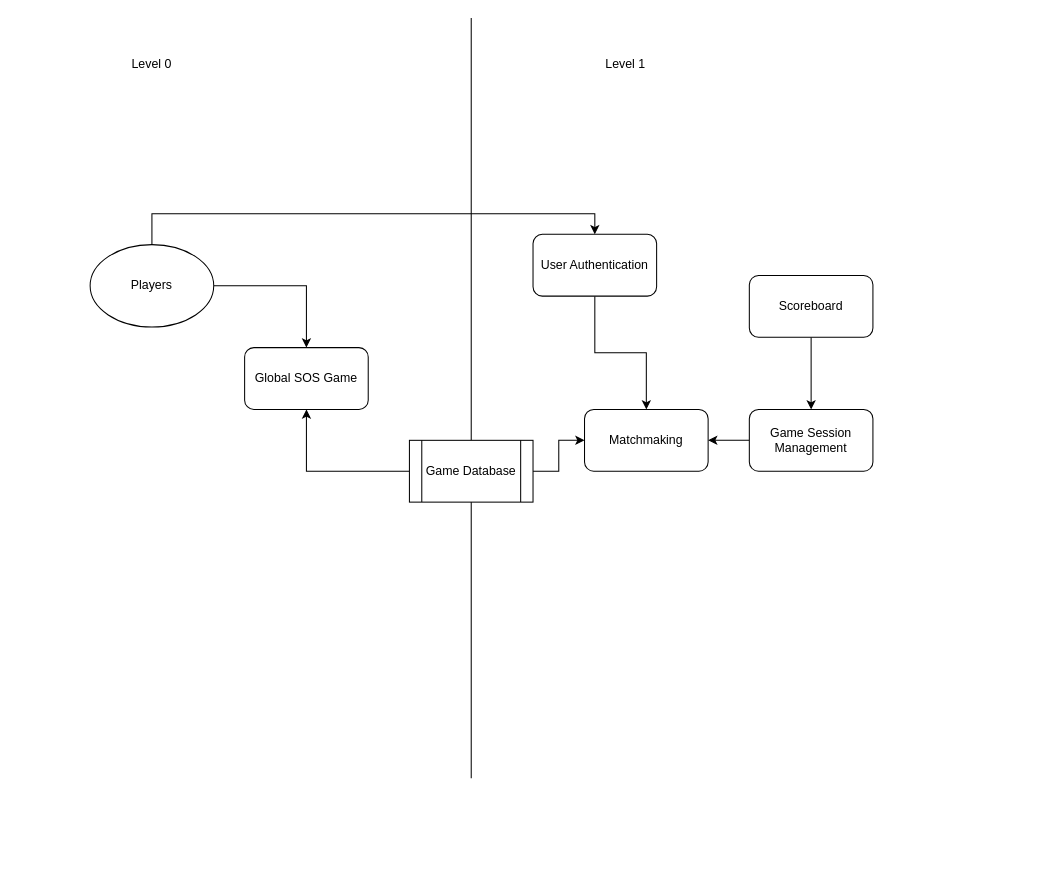
This is Data flow Diagram.drawio from KevZep/Sprint0_KevenZ, a draw.io file, before an edit. Source tidied: cells renumbered, new cells numbered last; positions are measured from the earlier drawing's top-left corner, leaving out a move shared by most shapes. Both pictures are drawn from the tidied source at 103%, with x=0, y=0 at pixel (90, 18).
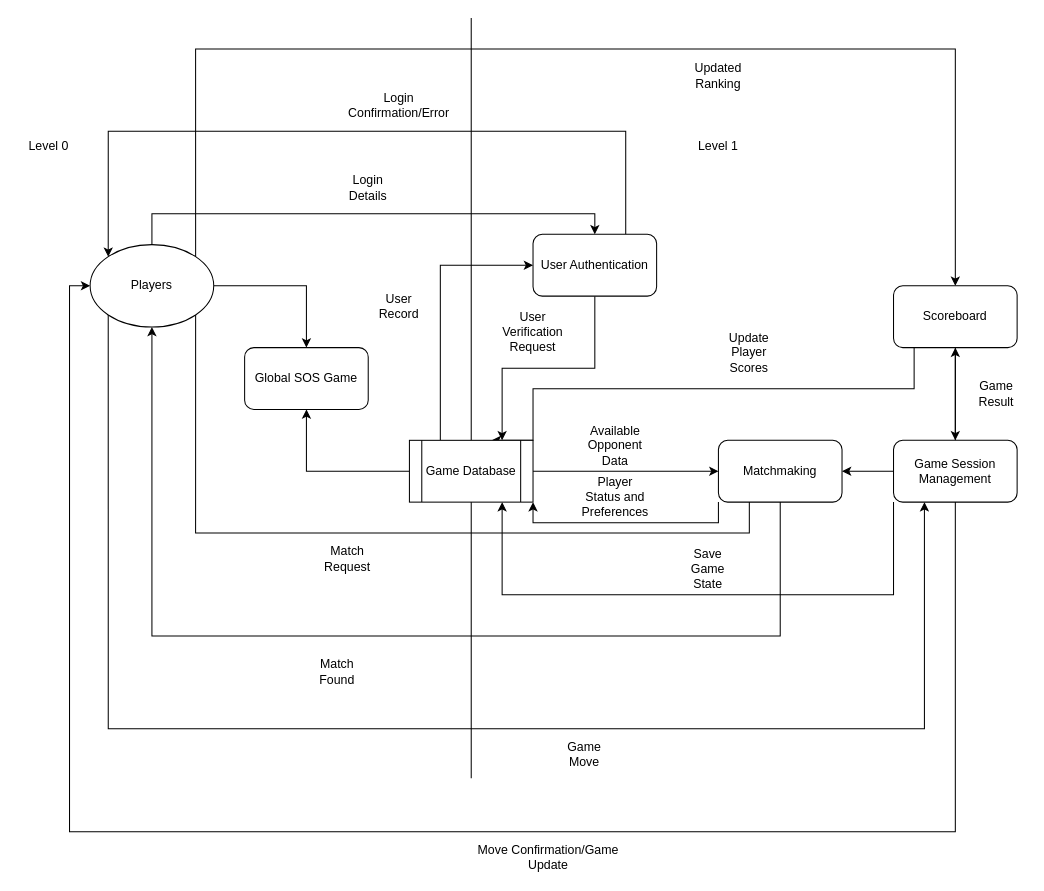
Above is the later version.

The change refers to these unchanged cells:
```xml
<mxCell id="4" value="Players" style="ellipse;whiteSpace=wrap;html=1;" parent="1" vertex="1">
  <mxGeometry y="220" width="120" height="80" as="geometry" />
</mxCell>
<mxCell id="11" value="User Authentication" style="rounded=1;whiteSpace=wrap;html=1;" parent="1" vertex="1">
  <mxGeometry x="430" y="210" width="120" height="60" as="geometry" />
</mxCell>
<mxCell id="19" value="Game Database" style="shape=process;whiteSpace=wrap;html=1;backgroundOutline=1;" parent="1" vertex="1">
  <mxGeometry x="310" y="410" width="120" height="60" as="geometry" />
</mxCell>
```

Change to the diagram source:
```diff
@@
+    <mxCell id="20" style="edgeStyle=orthogonalEdgeStyle;rounded=0;jettySize=auto;html=1;exitX=1;exitY=1;exitDx=0;exitDy=0;entryX=0.25;entryY=1;entryDx=0;entryDy=0;" parent="1" edge="1" source="4" target="12">
+      <mxGeometry relative="1" as="geometry">
+        <Array as="points">
+          <mxPoint x="102" y="500" />
+          <mxPoint x="640" y="500" />
+          <mxPoint x="640" y="440" />
+        </Array>
+      </mxGeometry>
+    </mxCell>
+    <mxCell id="21" style="edgeStyle=orthogonalEdgeStyle;rounded=0;jettySize=auto;html=1;exitX=0;exitY=1;exitDx=0;exitDy=0;entryX=0.25;entryY=1;entryDx=0;entryDy=0;" parent="1" edge="1" source="4" target="14">
+      <mxGeometry relative="1" as="geometry">
+        <Array as="points">
+          <mxPoint x="18" y="690" />
+          <mxPoint x="810" y="690" />
+        </Array>
+      </mxGeometry>
+    </mxCell>
+    <mxCell id="22" style="edgeStyle=orthogonalEdgeStyle;rounded=0;jettySize=auto;html=1;exitX=1;exitY=0;exitDx=0;exitDy=0;entryX=0.5;entryY=0;entryDx=0;entryDy=0;" parent="1" edge="1" source="4" target="16">
+      <mxGeometry relative="1" as="geometry">
+        <Array as="points">
+          <mxPoint x="102" y="30" />
+          <mxPoint x="840" y="30" />
+        </Array>
+      </mxGeometry>
+    </mxCell>
@@
     <mxCell id="6" value="Level 0" style="text;html=1;align=center;verticalAlign=middle;whiteSpace=wrap;rounded=0;" parent="1" vertex="1">
-      <mxGeometry x="30" y="30" width="60" height="30" as="geometry" />
+      <mxGeometry x="-70" y="110" width="60" height="30" as="geometry" />
     </mxCell>
@@
     <mxCell id="9" value="Level 1" style="text;html=1;align=center;verticalAlign=middle;whiteSpace=wrap;rounded=0;" parent="1" vertex="1">
-      <mxGeometry x="490" y="30" width="60" height="30" as="geometry" />
+      <mxGeometry x="580" y="110" width="60" height="30" as="geometry" />
     </mxCell>
-    <mxCell id="10" style="edgeStyle=orthogonalEdgeStyle;rounded=0;jettySize=auto;html=1;entryX=0.5;entryY=0;entryDx=0;entryDy=0;" parent="1" edge="1" source="11" target="12">
-      <mxGeometry relative="1" as="geometry" />
-    </mxCell>
+    <mxCell id="23" style="edgeStyle=orthogonalEdgeStyle;rounded=0;jettySize=auto;html=1;entryX=0.75;entryY=0;entryDx=0;entryDy=0;" parent="1" edge="1" source="11" target="19">
+      <mxGeometry relative="1" as="geometry" />
+    </mxCell>
+    <mxCell id="24" style="edgeStyle=orthogonalEdgeStyle;rounded=0;jettySize=auto;html=1;exitX=0.75;exitY=0;exitDx=0;exitDy=0;entryX=0;entryY=0;entryDx=0;entryDy=0;" parent="1" edge="1" source="11" target="4">
+      <mxGeometry relative="1" as="geometry">
+        <Array as="points">
+          <mxPoint x="520" y="110" />
+          <mxPoint x="18" y="110" />
+        </Array>
+      </mxGeometry>
+    </mxCell>
@@
+    <mxCell id="25" style="edgeStyle=orthogonalEdgeStyle;rounded=0;jettySize=auto;html=1;entryX=0.5;entryY=1;entryDx=0;entryDy=0;" parent="1" edge="1" source="12" target="4">
+      <mxGeometry relative="1" as="geometry">
+        <Array as="points">
+          <mxPoint x="670" y="600" />
+          <mxPoint x="60" y="600" />
+        </Array>
+      </mxGeometry>
+    </mxCell>
+    <mxCell id="26" style="edgeStyle=orthogonalEdgeStyle;rounded=0;jettySize=auto;html=1;exitX=0;exitY=1;exitDx=0;exitDy=0;entryX=1;entryY=1;entryDx=0;entryDy=0;" parent="1" edge="1" source="12" target="19">
+      <mxGeometry relative="1" as="geometry" />
+    </mxCell>
     <mxCell id="12" value="Matchmaking" style="rounded=1;whiteSpace=wrap;html=1;" parent="1" vertex="1">
-      <mxGeometry x="480" y="380" width="120" height="60" as="geometry" />
+      <mxGeometry x="610" y="410" width="120" height="60" as="geometry" />
     </mxCell>
-    <mxCell id="13" style="edgeStyle=orthogonalEdgeStyle;rounded=0;jettySize=auto;html=1;entryX=1;entryY=0.5;entryDx=0;entryDy=0;" parent="1" edge="1" source="14" target="12">
+    <mxCell id="13" style="rounded=0;jettySize=auto;html=1;entryX=1;entryY=0.5;entryDx=0;entryDy=0;" parent="1" edge="1" source="14" target="12">
       <mxGeometry relative="1" as="geometry" />
     </mxCell>
+    <mxCell id="27" style="edgeStyle=orthogonalEdgeStyle;rounded=0;jettySize=auto;html=1;exitX=0;exitY=1;exitDx=0;exitDy=0;entryX=0.75;entryY=1;entryDx=0;entryDy=0;" parent="1" edge="1" source="14" target="19">
+      <mxGeometry relative="1" as="geometry">
+        <Array as="points">
+          <mxPoint x="780" y="560" />
+          <mxPoint x="400" y="560" />
+        </Array>
+      </mxGeometry>
+    </mxCell>
+    <mxCell id="28" style="edgeStyle=orthogonalEdgeStyle;rounded=0;jettySize=auto;html=1;exitX=0.5;exitY=1;exitDx=0;exitDy=0;entryX=0;entryY=0.5;entryDx=0;entryDy=0;" parent="1" edge="1" source="14" target="4">
+      <mxGeometry relative="1" as="geometry">
+        <Array as="points">
+          <mxPoint x="840" y="790" />
+          <mxPoint x="-20" y="790" />
+          <mxPoint x="-20" y="260" />
+        </Array>
+      </mxGeometry>
+    </mxCell>
+    <mxCell id="29" style="edgeStyle=orthogonalEdgeStyle;rounded=0;jettySize=auto;html=1;" parent="1" edge="1" source="14" target="16">
+      <mxGeometry relative="1" as="geometry" />
+    </mxCell>
     <mxCell id="14" value="Game Session Management" style="rounded=1;whiteSpace=wrap;html=1;" parent="1" vertex="1">
-      <mxGeometry x="640" y="380" width="120" height="60" as="geometry" />
+      <mxGeometry x="780" y="410" width="120" height="60" as="geometry" />
     </mxCell>
@@
+    <mxCell id="30" style="edgeStyle=orthogonalEdgeStyle;rounded=0;orthogonalLoop=1;jettySize=auto;html=1;entryX=1;entryY=0;entryDx=0;entryDy=0;" parent="1" edge="1">
+      <mxGeometry relative="1" as="geometry">
+        <mxPoint x="800" y="320" as="sourcePoint" />
+        <mxPoint x="390" y="410" as="targetPoint" />
+        <Array as="points">
+          <mxPoint x="800" y="360" />
+          <mxPoint x="430" y="360" />
+          <mxPoint x="430" y="410" />
+        </Array>
+      </mxGeometry>
+    </mxCell>
     <mxCell id="16" value="Scoreboard" style="rounded=1;whiteSpace=wrap;html=1;" parent="1" vertex="1">
-      <mxGeometry x="640" y="250" width="120" height="60" as="geometry" />
+      <mxGeometry x="780" y="260" width="120" height="60" as="geometry" />
     </mxCell>
@@
+    <mxCell id="31" style="edgeStyle=orthogonalEdgeStyle;rounded=0;jettySize=auto;html=1;exitX=0.25;exitY=0;exitDx=0;exitDy=0;entryX=0;entryY=0.5;entryDx=0;entryDy=0;" parent="1" edge="1" source="19" target="11">
+      <mxGeometry relative="1" as="geometry" />
+    </mxCell>
@@
+    <mxCell id="32" value="Login Details" style="text;html=1;align=center;verticalAlign=middle;whiteSpace=wrap;rounded=0;" parent="1" vertex="1">
+      <mxGeometry x="240" y="150" width="60" height="30" as="geometry" />
+    </mxCell>
+    <mxCell id="33" value="User Verification Request" style="text;html=1;align=center;verticalAlign=middle;whiteSpace=wrap;rounded=0;" parent="1" vertex="1">
+      <mxGeometry x="400" y="290" width="60" height="30" as="geometry" />
+    </mxCell>
+    <mxCell id="34" value="User Record" style="text;html=1;align=center;verticalAlign=middle;whiteSpace=wrap;rounded=0;" parent="1" vertex="1">
+      <mxGeometry x="270" y="265" width="60" height="30" as="geometry" />
+    </mxCell>
+    <mxCell id="35" value="Login Confirmation/Error" style="text;html=1;align=center;verticalAlign=middle;whiteSpace=wrap;rounded=0;" parent="1" vertex="1">
+      <mxGeometry x="240" y="70" width="120" height="30" as="geometry" />
+    </mxCell>
+    <mxCell id="36" value="Match Request" style="text;html=1;align=center;verticalAlign=middle;whiteSpace=wrap;rounded=0;" parent="1" vertex="1">
+      <mxGeometry x="220" y="510" width="60" height="30" as="geometry" />
+    </mxCell>
+    <mxCell id="37" value="Match Found" style="text;html=1;align=center;verticalAlign=middle;whiteSpace=wrap;rounded=0;" parent="1" vertex="1">
+      <mxGeometry x="210" y="620" width="60" height="30" as="geometry" />
+    </mxCell>
+    <mxCell id="38" value="Player Status and Preferences" style="text;html=1;align=center;verticalAlign=middle;whiteSpace=wrap;rounded=0;" parent="1" vertex="1">
+      <mxGeometry x="480" y="450" width="60" height="30" as="geometry" />
+    </mxCell>
+    <mxCell id="39" value="Available Opponent Data" style="text;html=1;align=center;verticalAlign=middle;whiteSpace=wrap;rounded=0;" parent="1" vertex="1">
+      <mxGeometry x="480" y="400" width="60" height="30" as="geometry" />
+    </mxCell>
+    <mxCell id="40" value="Game Move" style="text;html=1;align=center;verticalAlign=middle;whiteSpace=wrap;rounded=0;" parent="1" vertex="1">
+      <mxGeometry x="450" y="700" width="60" height="30" as="geometry" />
+    </mxCell>
+    <mxCell id="41" value="Save Game State" style="text;html=1;align=center;verticalAlign=middle;whiteSpace=wrap;rounded=0;" parent="1" vertex="1">
+      <mxGeometry x="570" y="520" width="60" height="30" as="geometry" />
+    </mxCell>
+    <mxCell id="42" value="Move Confirmation/Game Update" style="text;html=1;align=center;verticalAlign=middle;whiteSpace=wrap;rounded=0;" parent="1" vertex="1">
+      <mxGeometry x="370" y="800" width="150" height="30" as="geometry" />
+    </mxCell>
+    <mxCell id="43" value="Game Result" style="text;html=1;align=center;verticalAlign=middle;whiteSpace=wrap;rounded=0;" parent="1" vertex="1">
+      <mxGeometry x="850" y="350" width="60" height="30" as="geometry" />
+    </mxCell>
+    <mxCell id="44" value="Update Player Scores" style="text;html=1;align=center;verticalAlign=middle;whiteSpace=wrap;rounded=0;" parent="1" vertex="1">
+      <mxGeometry x="610" y="310" width="60" height="30" as="geometry" />
+    </mxCell>
+    <mxCell id="45" value="Updated Ranking" style="text;html=1;align=center;verticalAlign=middle;whiteSpace=wrap;rounded=0;" parent="1" vertex="1">
+      <mxGeometry x="580" y="41" width="60" height="30" as="geometry" />
+    </mxCell>
```
